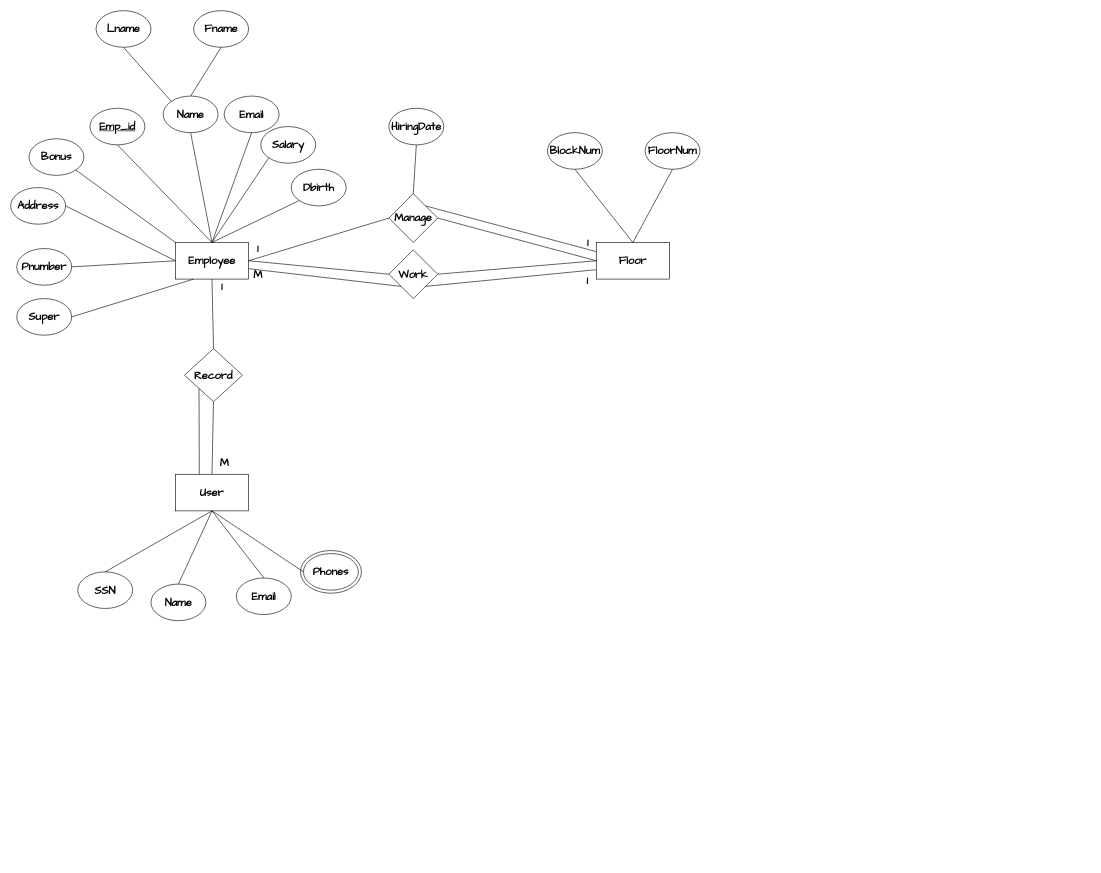
Earlier version of the draw.io diagram Erd6.drawio (you22ef/ERDs). Source tidied: cells renumbered, new cells numbered last; positions are measured from the earlier drawing's top-left corner, leaving out a move shared by most shapes. Both pictures are drawn from the tidied source at 61%, with x=0, y=0 at pixel (10, 10).
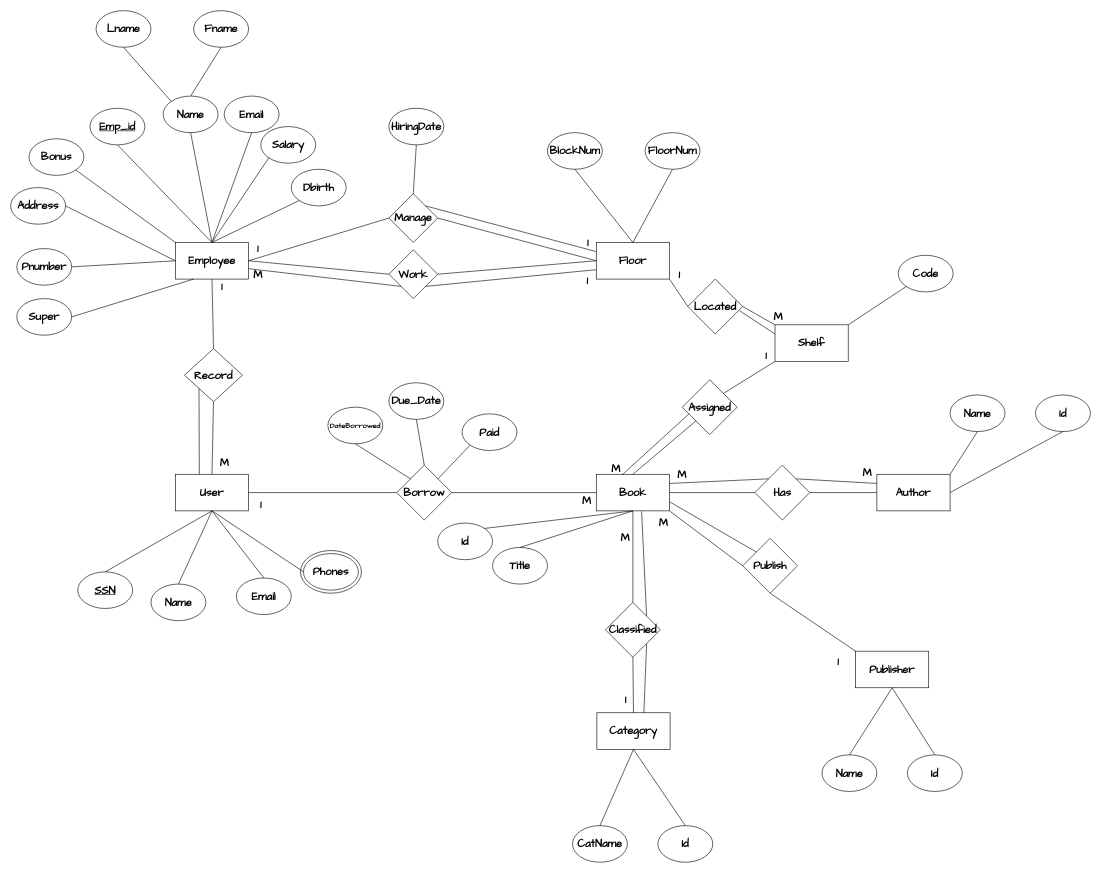
Above is the later version.

The change refers to these unchanged cells:
```xml
<mxCell id="26" value="&lt;font face=&quot;Architects Daughter&quot; style=&quot;font-size: 18px;&quot;&gt;&lt;b&gt;Floor&lt;/b&gt;&lt;/font&gt;" style="rounded=0;whiteSpace=wrap;html=1;" parent="1" vertex="1">
  <mxGeometry x="960" y="380" width="120" height="60" as="geometry" />
</mxCell>
<mxCell id="46" value="&lt;font face=&quot;Architects Daughter&quot; style=&quot;font-size: 18px;&quot;&gt;&lt;b&gt;User&lt;/b&gt;&lt;/font&gt;" style="rounded=0;whiteSpace=wrap;html=1;" parent="1" vertex="1">
  <mxGeometry x="270" y="760" width="120" height="60" as="geometry" />
</mxCell>
```

The edit, as a diff of the source:
```diff
@@
-    <mxCell id="47" value="&lt;font face=&quot;Architects Daughter&quot; style=&quot;font-size: 18px;&quot;&gt;&lt;b&gt;SSN&lt;/b&gt;&lt;/font&gt;" style="ellipse;whiteSpace=wrap;html=1;" parent="1" vertex="1">
+    <mxCell id="47" value="&lt;font face=&quot;Architects Daughter&quot; style=&quot;font-size: 18px;&quot;&gt;&lt;b&gt;&lt;u&gt;SSN&lt;/u&gt;&lt;/b&gt;&lt;/font&gt;" style="ellipse;whiteSpace=wrap;html=1;" parent="1" vertex="1">
       <mxGeometry x="110" y="920" width="90" height="60" as="geometry" />
     </mxCell>
@@
+    <mxCell id="61" value="&lt;font face=&quot;Architects Daughter&quot; style=&quot;font-size: 18px;&quot;&gt;&lt;b&gt;Book&lt;/b&gt;&lt;/font&gt;" style="rounded=0;whiteSpace=wrap;html=1;" parent="1" vertex="1">
+      <mxGeometry x="960" y="760" width="120" height="60" as="geometry" />
+    </mxCell>
+    <mxCell id="62" value="&lt;font face=&quot;Architects Daughter&quot; style=&quot;font-size: 18px;&quot;&gt;&lt;b&gt;Borrow&lt;/b&gt;&lt;/font&gt;" style="rhombus;whiteSpace=wrap;html=1;" parent="1" vertex="1">
+      <mxGeometry x="633" y="745" width="90" height="90" as="geometry" />
+    </mxCell>
+    <mxCell id="63" value="&lt;font face=&quot;Architects Daughter&quot;&gt;&lt;span style=&quot;font-size: 18px;&quot;&gt;&lt;b&gt;Id&lt;/b&gt;&lt;/span&gt;&lt;/font&gt;" style="ellipse;whiteSpace=wrap;html=1;" parent="1" vertex="1">
+      <mxGeometry x="700" y="840" width="90" height="60" as="geometry" />
+    </mxCell>
+    <mxCell id="64" value="&lt;font face=&quot;Architects Daughter&quot;&gt;&lt;span style=&quot;font-size: 18px;&quot;&gt;&lt;b&gt;Title&lt;/b&gt;&lt;/span&gt;&lt;/font&gt;" style="ellipse;whiteSpace=wrap;html=1;" parent="1" vertex="1">
+      <mxGeometry x="790" y="880" width="90" height="60" as="geometry" />
+    </mxCell>
+    <mxCell id="65" style="endArrow=none;html=1;rounded=0;entryX=0.5;entryY=1;entryDx=0;entryDy=0;exitX=1;exitY=0;exitDx=0;exitDy=0;" parent="1" edge="1" source="63" target="61">
+      <mxGeometry relative="1" as="geometry" />
+    </mxCell>
+    <mxCell id="66" style="endArrow=none;html=1;rounded=0;entryX=0.5;entryY=1;entryDx=0;entryDy=0;exitX=0.5;exitY=0;exitDx=0;exitDy=0;" parent="1" edge="1" source="64" target="61">
+      <mxGeometry relative="1" as="geometry" />
+    </mxCell>
+    <mxCell id="67" style="endArrow=none;html=1;rounded=0;entryX=0;entryY=0.5;entryDx=0;entryDy=0;exitX=1;exitY=0.5;exitDx=0;exitDy=0;" parent="1" edge="1" source="46" target="62">
+      <mxGeometry relative="1" as="geometry" />
+    </mxCell>
+    <mxCell id="68" style="endArrow=none;html=1;rounded=0;entryX=1;entryY=0.5;entryDx=0;entryDy=0;exitX=0;exitY=0.5;exitDx=0;exitDy=0;" parent="1" edge="1" source="61" target="62">
+      <mxGeometry relative="1" as="geometry" />
+    </mxCell>
+    <mxCell id="69" value="&lt;font face=&quot;Architects Daughter&quot;&gt;&lt;b&gt;DateBorrowed&lt;/b&gt;&lt;/font&gt;" style="ellipse;whiteSpace=wrap;html=1;" parent="1" vertex="1">
+      <mxGeometry x="520" y="650" width="90" height="60" as="geometry" />
+    </mxCell>
+    <mxCell id="70" value="&lt;font style=&quot;font-size: 18px;&quot; face=&quot;Architects Daughter&quot;&gt;&lt;b&gt;Due_Date&lt;/b&gt;&lt;/font&gt;" style="ellipse;whiteSpace=wrap;html=1;" parent="1" vertex="1">
+      <mxGeometry x="620" y="610" width="90" height="60" as="geometry" />
+    </mxCell>
+    <mxCell id="71" value="&lt;font style=&quot;font-size: 18px;&quot; face=&quot;Architects Daughter&quot;&gt;&lt;b&gt;Paid&lt;/b&gt;&lt;/font&gt;" style="ellipse;whiteSpace=wrap;html=1;" parent="1" vertex="1">
+      <mxGeometry x="740" y="661" width="90" height="60" as="geometry" />
+    </mxCell>
+    <mxCell id="72" style="endArrow=none;html=1;rounded=0;exitX=0.5;exitY=1;exitDx=0;exitDy=0;entryX=0;entryY=0;entryDx=0;entryDy=0;" parent="1" edge="1" source="69" target="62">
+      <mxGeometry relative="1" as="geometry" />
+    </mxCell>
+    <mxCell id="73" style="endArrow=none;html=1;rounded=0;entryX=0.5;entryY=1;entryDx=0;entryDy=0;exitX=0.5;exitY=0;exitDx=0;exitDy=0;" parent="1" edge="1" source="62" target="70">
+      <mxGeometry relative="1" as="geometry" />
+    </mxCell>
+    <mxCell id="74" style="endArrow=none;html=1;rounded=0;entryX=0;entryY=1;entryDx=0;entryDy=0;exitX=1;exitY=0;exitDx=0;exitDy=0;" parent="1" edge="1" source="62" target="71">
+      <mxGeometry relative="1" as="geometry" />
+    </mxCell>
+    <mxCell id="75" value="&lt;font style=&quot;font-size: 18px;&quot; face=&quot;Architects Daughter&quot;&gt;&lt;b&gt;1&lt;/b&gt;&lt;/font&gt;" style="text;html=1;align=center;verticalAlign=middle;strokeColor=none;fillColor=none;" parent="1" vertex="1">
+      <mxGeometry x="395" y="790" width="30" height="40" as="geometry" />
+    </mxCell>
+    <mxCell id="76" value="&lt;font style=&quot;font-size: 18px;&quot; face=&quot;Architects Daughter&quot;&gt;&lt;b&gt;M&lt;/b&gt;&lt;/font&gt;" style="text;html=1;align=center;verticalAlign=middle;strokeColor=none;fillColor=none;" parent="1" vertex="1">
+      <mxGeometry x="924" y="784" width="40" height="40" as="geometry" />
+    </mxCell>
+    <mxCell id="77" value="&lt;font face=&quot;Architects Daughter&quot; style=&quot;font-size: 18px;&quot;&gt;&lt;b&gt;Author&lt;/b&gt;&lt;/font&gt;" style="rounded=0;whiteSpace=wrap;html=1;" parent="1" vertex="1">
+      <mxGeometry x="1420" y="760" width="120" height="60" as="geometry" />
+    </mxCell>
+    <mxCell id="78" value="&lt;font face=&quot;Architects Daughter&quot;&gt;&lt;span style=&quot;font-size: 18px;&quot;&gt;&lt;b&gt;Name&lt;/b&gt;&lt;/span&gt;&lt;/font&gt;" style="ellipse;whiteSpace=wrap;html=1;" parent="1" vertex="1">
+      <mxGeometry x="1540" y="630" width="90" height="60" as="geometry" />
+    </mxCell>
+    <mxCell id="79" value="&lt;font face=&quot;Architects Daughter&quot;&gt;&lt;span style=&quot;font-size: 18px;&quot;&gt;&lt;b&gt;Id&lt;/b&gt;&lt;/span&gt;&lt;/font&gt;" style="ellipse;whiteSpace=wrap;html=1;" parent="1" vertex="1">
+      <mxGeometry x="1680" y="630" width="90" height="60" as="geometry" />
+    </mxCell>
+    <mxCell id="80" style="endArrow=none;html=1;rounded=0;entryX=0.5;entryY=1;entryDx=0;entryDy=0;exitX=1;exitY=0;exitDx=0;exitDy=0;" parent="1" edge="1" source="77" target="78">
+      <mxGeometry relative="1" as="geometry" />
+    </mxCell>
+    <mxCell id="81" style="endArrow=none;html=1;rounded=0;entryX=0.5;entryY=1;entryDx=0;entryDy=0;exitX=1;exitY=0.5;exitDx=0;exitDy=0;" parent="1" edge="1" source="77" target="79">
+      <mxGeometry relative="1" as="geometry" />
+    </mxCell>
+    <mxCell id="82" value="&lt;font face=&quot;Architects Daughter&quot;&gt;&lt;span style=&quot;font-size: 18px;&quot;&gt;&lt;b&gt;Has&lt;/b&gt;&lt;/span&gt;&lt;/font&gt;" style="rhombus;whiteSpace=wrap;html=1;" parent="1" vertex="1">
+      <mxGeometry x="1220" y="745" width="90" height="90" as="geometry" />
+    </mxCell>
+    <mxCell id="83" style="endArrow=none;html=1;rounded=0;entryX=0;entryY=0.5;entryDx=0;entryDy=0;exitX=1;exitY=0.5;exitDx=0;exitDy=0;" parent="1" edge="1" source="82" target="77">
+      <mxGeometry relative="1" as="geometry" />
+    </mxCell>
+    <mxCell id="84" style="endArrow=none;html=1;rounded=0;exitX=1;exitY=0.5;exitDx=0;exitDy=0;entryX=0;entryY=0.5;entryDx=0;entryDy=0;" parent="1" edge="1" source="61" target="82">
+      <mxGeometry relative="1" as="geometry" />
+    </mxCell>
+    <mxCell id="85" style="endArrow=none;html=1;rounded=0;exitX=1;exitY=0.25;exitDx=0;exitDy=0;entryX=0;entryY=0;entryDx=0;entryDy=0;" parent="1" edge="1" source="61" target="82">
+      <mxGeometry relative="1" as="geometry" />
+    </mxCell>
+    <mxCell id="86" style="endArrow=none;html=1;rounded=0;entryX=0;entryY=0.25;entryDx=0;entryDy=0;exitX=1;exitY=0;exitDx=0;exitDy=0;" parent="1" edge="1" source="82" target="77">
+      <mxGeometry relative="1" as="geometry" />
+    </mxCell>
+    <mxCell id="87" value="&lt;font face=&quot;Architects Daughter&quot; style=&quot;font-size: 18px;&quot;&gt;&lt;b&gt;Publisher&lt;/b&gt;&lt;/font&gt;" style="rounded=0;whiteSpace=wrap;html=1;" parent="1" vertex="1">
+      <mxGeometry x="1385" y="1050" width="120" height="60" as="geometry" />
+    </mxCell>
+    <mxCell id="88" value="&lt;font face=&quot;Architects Daughter&quot;&gt;&lt;span style=&quot;font-size: 18px;&quot;&gt;&lt;b&gt;Name&lt;/b&gt;&lt;/span&gt;&lt;/font&gt;" style="ellipse;whiteSpace=wrap;html=1;" parent="1" vertex="1">
+      <mxGeometry x="1330" y="1220" width="90" height="60" as="geometry" />
+    </mxCell>
+    <mxCell id="89" value="&lt;font face=&quot;Architects Daughter&quot;&gt;&lt;span style=&quot;font-size: 18px;&quot;&gt;&lt;b&gt;Id&lt;/b&gt;&lt;/span&gt;&lt;/font&gt;" style="ellipse;whiteSpace=wrap;html=1;" parent="1" vertex="1">
+      <mxGeometry x="1470" y="1220" width="90" height="60" as="geometry" />
+    </mxCell>
+    <mxCell id="90" style="endArrow=none;html=1;rounded=0;entryX=0.5;entryY=0;entryDx=0;entryDy=0;exitX=0.5;exitY=1;exitDx=0;exitDy=0;" parent="1" edge="1" source="87" target="88">
+      <mxGeometry relative="1" as="geometry" />
+    </mxCell>
+    <mxCell id="91" style="endArrow=none;html=1;rounded=0;entryX=0.5;entryY=0;entryDx=0;entryDy=0;exitX=0.5;exitY=1;exitDx=0;exitDy=0;" parent="1" edge="1" source="87" target="89">
+      <mxGeometry relative="1" as="geometry" />
+    </mxCell>
+    <mxCell id="92" value="&lt;font face=&quot;Architects Daughter&quot;&gt;&lt;span style=&quot;font-size: 18px;&quot;&gt;&lt;b&gt;Publish&lt;/b&gt;&lt;/span&gt;&lt;/font&gt;" style="rhombus;whiteSpace=wrap;html=1;" parent="1" vertex="1">
+      <mxGeometry x="1200" y="865" width="90" height="90" as="geometry" />
+    </mxCell>
+    <mxCell id="93" style="endArrow=none;html=1;rounded=0;entryX=1;entryY=1;entryDx=0;entryDy=0;exitX=0;exitY=0.5;exitDx=0;exitDy=0;" parent="1" edge="1" source="92" target="61">
+      <mxGeometry relative="1" as="geometry" />
+    </mxCell>
+    <mxCell id="94" style="endArrow=none;html=1;rounded=0;entryX=0.5;entryY=1;entryDx=0;entryDy=0;exitX=0;exitY=0;exitDx=0;exitDy=0;" parent="1" edge="1" source="87" target="92">
+      <mxGeometry relative="1" as="geometry" />
+    </mxCell>
+    <mxCell id="95" style="endArrow=none;html=1;rounded=0;entryX=1;entryY=0.75;entryDx=0;entryDy=0;exitX=0;exitY=0;exitDx=0;exitDy=0;" parent="1" edge="1" source="92" target="61">
+      <mxGeometry relative="1" as="geometry" />
+    </mxCell>
+    <mxCell id="96" value="&lt;font style=&quot;font-size: 18px;&quot; face=&quot;Architects Daughter&quot;&gt;&lt;b&gt;1&lt;/b&gt;&lt;/font&gt;" style="text;html=1;align=center;verticalAlign=middle;strokeColor=none;fillColor=none;" parent="1" vertex="1">
+      <mxGeometry x="1341" y="1047" width="30" height="40" as="geometry" />
+    </mxCell>
+    <mxCell id="97" value="&lt;font style=&quot;font-size: 18px;&quot; face=&quot;Architects Daughter&quot;&gt;&lt;b&gt;M&lt;/b&gt;&lt;/font&gt;" style="text;html=1;align=center;verticalAlign=middle;strokeColor=none;fillColor=none;" parent="1" vertex="1">
+      <mxGeometry x="1050" y="820" width="40" height="40" as="geometry" />
+    </mxCell>
+    <mxCell id="98" value="&lt;font style=&quot;font-size: 18px;&quot; face=&quot;Architects Daughter&quot;&gt;&lt;b&gt;M&lt;/b&gt;&lt;/font&gt;" style="text;html=1;align=center;verticalAlign=middle;strokeColor=none;fillColor=none;" parent="1" vertex="1">
+      <mxGeometry x="1080" y="741" width="40" height="40" as="geometry" />
+    </mxCell>
+    <mxCell id="99" value="&lt;font style=&quot;font-size: 18px;&quot; face=&quot;Architects Daughter&quot;&gt;&lt;b&gt;M&lt;/b&gt;&lt;/font&gt;" style="text;html=1;align=center;verticalAlign=middle;strokeColor=none;fillColor=none;" parent="1" vertex="1">
+      <mxGeometry x="1384" y="738" width="40" height="40" as="geometry" />
+    </mxCell>
+    <mxCell id="100" value="&lt;font face=&quot;Architects Daughter&quot;&gt;&lt;span style=&quot;font-size: 18px;&quot;&gt;&lt;b&gt;Category&lt;/b&gt;&lt;/span&gt;&lt;/font&gt;" style="rounded=0;whiteSpace=wrap;html=1;" parent="1" vertex="1">
+      <mxGeometry x="961" y="1151" width="120" height="60" as="geometry" />
+    </mxCell>
+    <mxCell id="101" value="&lt;font face=&quot;Architects Daughter&quot;&gt;&lt;span style=&quot;font-size: 18px;&quot;&gt;&lt;b&gt;Classified&lt;/b&gt;&lt;/span&gt;&lt;/font&gt;" style="rhombus;whiteSpace=wrap;html=1;" parent="1" vertex="1">
+      <mxGeometry x="975" y="970" width="90" height="90" as="geometry" />
+    </mxCell>
+    <mxCell id="102" value="&lt;font face=&quot;Architects Daughter&quot;&gt;&lt;span style=&quot;font-size: 18px;&quot;&gt;&lt;b&gt;CatName&lt;/b&gt;&lt;/span&gt;&lt;/font&gt;" style="ellipse;whiteSpace=wrap;html=1;" parent="1" vertex="1">
+      <mxGeometry x="921" y="1336" width="90" height="60" as="geometry" />
+    </mxCell>
+    <mxCell id="103" value="&lt;font face=&quot;Architects Daughter&quot;&gt;&lt;span style=&quot;font-size: 18px;&quot;&gt;&lt;b&gt;Id&lt;/b&gt;&lt;/span&gt;&lt;/font&gt;" style="ellipse;whiteSpace=wrap;html=1;" parent="1" vertex="1">
+      <mxGeometry x="1061" y="1336" width="90" height="60" as="geometry" />
+    </mxCell>
+    <mxCell id="104" style="endArrow=none;html=1;rounded=0;exitX=0.5;exitY=0;exitDx=0;exitDy=0;entryX=0.5;entryY=1;entryDx=0;entryDy=0;" parent="1" edge="1" source="102" target="100">
+      <mxGeometry relative="1" as="geometry" />
+    </mxCell>
+    <mxCell id="105" style="endArrow=none;html=1;rounded=0;entryX=0.5;entryY=0;entryDx=0;entryDy=0;exitX=0.5;exitY=1;exitDx=0;exitDy=0;" parent="1" edge="1" source="100" target="103">
+      <mxGeometry relative="1" as="geometry" />
+    </mxCell>
+    <mxCell id="106" style="endArrow=none;html=1;rounded=0;entryX=0.5;entryY=1;entryDx=0;entryDy=0;exitX=0.5;exitY=0;exitDx=0;exitDy=0;" parent="1" edge="1" source="101" target="61">
+      <mxGeometry relative="1" as="geometry" />
+    </mxCell>
+    <mxCell id="107" style="endArrow=none;html=1;rounded=0;entryX=0.5;entryY=1;entryDx=0;entryDy=0;exitX=0.5;exitY=0;exitDx=0;exitDy=0;" parent="1" edge="1" source="100" target="101">
+      <mxGeometry relative="1" as="geometry" />
+    </mxCell>
+    <mxCell id="108" style="endArrow=none;html=1;rounded=0;entryX=0.619;entryY=1.013;entryDx=0;entryDy=0;entryPerimeter=0;exitX=1;exitY=0;exitDx=0;exitDy=0;" parent="1" edge="1" source="101" target="61">
+      <mxGeometry relative="1" as="geometry" />
+    </mxCell>
+    <mxCell id="109" style="endArrow=none;html=1;rounded=0;exitX=1;exitY=1;exitDx=0;exitDy=0;entryX=0.642;entryY=0.002;entryDx=0;entryDy=0;entryPerimeter=0;" parent="1" edge="1" source="101" target="100">
+      <mxGeometry relative="1" as="geometry" />
+    </mxCell>
+    <mxCell id="110" value="&lt;font style=&quot;font-size: 18px;&quot; face=&quot;Architects Daughter&quot;&gt;&lt;b&gt;M&lt;/b&gt;&lt;/font&gt;" style="text;html=1;align=center;verticalAlign=middle;strokeColor=none;fillColor=none;" parent="1" vertex="1">
+      <mxGeometry x="987" y="844" width="40" height="40" as="geometry" />
+    </mxCell>
+    <mxCell id="111" value="&lt;font style=&quot;font-size: 18px;&quot; face=&quot;Architects Daughter&quot;&gt;&lt;b&gt;1&lt;/b&gt;&lt;/font&gt;" style="text;html=1;align=center;verticalAlign=middle;strokeColor=none;fillColor=none;" parent="1" vertex="1">
+      <mxGeometry x="993" y="1110" width="30" height="40" as="geometry" />
+    </mxCell>
+    <mxCell id="112" value="&lt;font face=&quot;Architects Daughter&quot; style=&quot;font-size: 18px;&quot;&gt;&lt;b&gt;Shelf&lt;/b&gt;&lt;/font&gt;" style="rounded=0;whiteSpace=wrap;html=1;" parent="1" vertex="1">
+      <mxGeometry x="1253" y="515" width="120" height="60" as="geometry" />
+    </mxCell>
+    <mxCell id="113" value="&lt;font face=&quot;Architects Daughter&quot;&gt;&lt;span style=&quot;font-size: 18px;&quot;&gt;&lt;b&gt;Assigned&lt;/b&gt;&lt;/span&gt;&lt;/font&gt;" style="rhombus;whiteSpace=wrap;html=1;" parent="1" vertex="1">
+      <mxGeometry x="1101" y="605" width="90" height="90" as="geometry" />
+    </mxCell>
+    <mxCell id="114" value="&lt;font face=&quot;Architects Daughter&quot;&gt;&lt;span style=&quot;font-size: 18px;&quot;&gt;&lt;b&gt;Code&lt;/b&gt;&lt;/span&gt;&lt;/font&gt;" style="ellipse;whiteSpace=wrap;html=1;" parent="1" vertex="1">
+      <mxGeometry x="1455" y="401" width="90" height="60" as="geometry" />
+    </mxCell>
+    <mxCell id="115" style="endArrow=none;html=1;rounded=0;entryX=0;entryY=1;entryDx=0;entryDy=0;exitX=1;exitY=0;exitDx=0;exitDy=0;" parent="1" edge="1" source="112" target="114">
+      <mxGeometry relative="1" as="geometry" />
+    </mxCell>
+    <mxCell id="116" style="endArrow=none;html=1;rounded=0;entryX=0;entryY=1;entryDx=0;entryDy=0;exitX=0.5;exitY=0;exitDx=0;exitDy=0;" parent="1" edge="1" source="61" target="113">
+      <mxGeometry relative="1" as="geometry" />
+    </mxCell>
+    <mxCell id="117" style="endArrow=none;html=1;rounded=0;entryX=0;entryY=1;entryDx=0;entryDy=0;exitX=1;exitY=0;exitDx=0;exitDy=0;" parent="1" edge="1" source="113" target="112">
+      <mxGeometry relative="1" as="geometry" />
+    </mxCell>
+    <mxCell id="118" style="endArrow=none;html=1;rounded=0;exitX=0.353;exitY=0.017;exitDx=0;exitDy=0;exitPerimeter=0;entryX=0.122;entryY=0.622;entryDx=0;entryDy=0;entryPerimeter=0;" parent="1" edge="1" source="61" target="113">
+      <mxGeometry relative="1" as="geometry" />
+    </mxCell>
+    <mxCell id="119" value="&lt;font style=&quot;font-size: 18px;&quot; face=&quot;Architects Daughter&quot;&gt;&lt;b&gt;M&lt;/b&gt;&lt;/font&gt;" style="text;html=1;align=center;verticalAlign=middle;strokeColor=none;fillColor=none;" parent="1" vertex="1">
+      <mxGeometry x="972" y="730" width="40" height="40" as="geometry" />
+    </mxCell>
+    <mxCell id="120" value="&lt;font style=&quot;font-size: 18px;&quot; face=&quot;Architects Daughter&quot;&gt;&lt;b&gt;1&lt;/b&gt;&lt;/font&gt;" style="text;html=1;align=center;verticalAlign=middle;strokeColor=none;fillColor=none;" parent="1" vertex="1">
+      <mxGeometry x="1223" y="546" width="30" height="40" as="geometry" />
+    </mxCell>
+    <mxCell id="121" value="&lt;font face=&quot;Architects Daughter&quot;&gt;&lt;span style=&quot;font-size: 18px;&quot;&gt;&lt;b&gt;Located&lt;/b&gt;&lt;/span&gt;&lt;/font&gt;" style="rhombus;whiteSpace=wrap;html=1;" parent="1" vertex="1">
+      <mxGeometry x="1110" y="440" width="90" height="90" as="geometry" />
+    </mxCell>
+    <mxCell id="122" style="endArrow=none;html=1;rounded=0;entryX=0;entryY=0;entryDx=0;entryDy=0;exitX=1;exitY=0.5;exitDx=0;exitDy=0;" parent="1" edge="1" source="121" target="112">
+      <mxGeometry relative="1" as="geometry" />
+    </mxCell>
+    <mxCell id="123" style="endArrow=none;html=1;rounded=0;entryX=1;entryY=1;entryDx=0;entryDy=0;exitX=0;exitY=0.5;exitDx=0;exitDy=0;" parent="1" edge="1" source="121" target="26">
+      <mxGeometry relative="1" as="geometry" />
+    </mxCell>
+    <mxCell id="124" value="&lt;font style=&quot;font-size: 18px;&quot; face=&quot;Architects Daughter&quot;&gt;&lt;b&gt;1&lt;/b&gt;&lt;/font&gt;" style="text;html=1;align=center;verticalAlign=middle;strokeColor=none;fillColor=none;" parent="1" vertex="1">
+      <mxGeometry x="1081" y="412" width="30" height="40" as="geometry" />
+    </mxCell>
+    <mxCell id="125" value="&lt;font style=&quot;font-size: 18px;&quot; face=&quot;Architects Daughter&quot;&gt;&lt;b&gt;M&lt;/b&gt;&lt;/font&gt;" style="text;html=1;align=center;verticalAlign=middle;strokeColor=none;fillColor=none;" parent="1" vertex="1">
+      <mxGeometry x="1238" y="482" width="40" height="40" as="geometry" />
+    </mxCell>
+    <mxCell id="126" style="endArrow=none;html=1;rounded=0;entryX=0;entryY=0.25;entryDx=0;entryDy=0;exitX=0.944;exitY=0.577;exitDx=0;exitDy=0;exitPerimeter=0;" parent="1" edge="1" source="121" target="112">
+      <mxGeometry relative="1" as="geometry" />
+    </mxCell>
```
